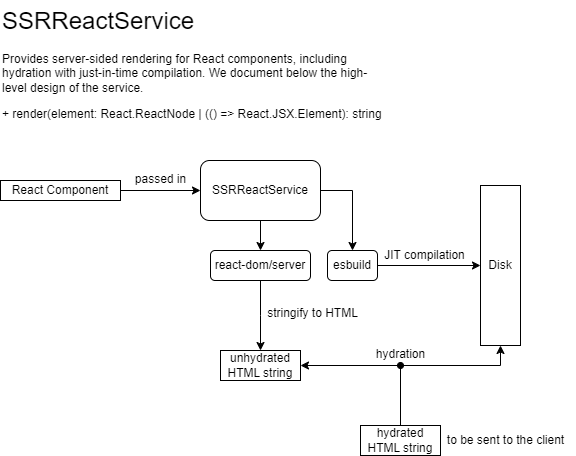
Above: diagrams/SSRReactService.drawio.png in comanlab/odin-design-diagrams (draw.io), before the change. Source tidied: cells renumbered, new cells last; positions are measured from the earlier drawing's top-left corner, leaving out a move shared by most shapes.
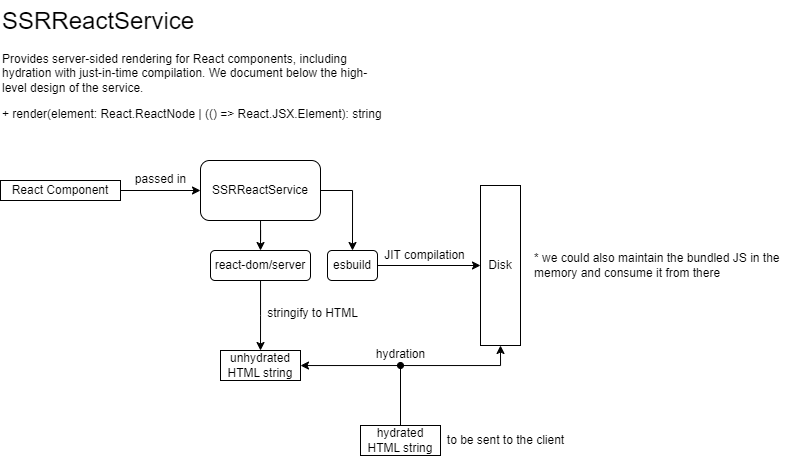
After the commit.

Change to the diagram source:
```diff
@@ -67,5 +67,8 @@
     <mxCell id="21" value="to be sent to the client" style="text;html=1;align=center;verticalAlign=middle;strokeColor=none;fillColor=none;" parent="1" vertex="1">
       <mxGeometry x="435" y="425" width="140" height="30" as="geometry" />
     </mxCell>
+    <mxCell id="22" value="* we could also maintain the bundled JS in the&lt;div&gt;memory and consume it from there&lt;/div&gt;" style="text;html=1;align=left;verticalAlign=middle;strokeColor=none;fillColor=none;" parent="1" vertex="1">
+      <mxGeometry x="532" y="245" width="270" height="40" as="geometry" />
+    </mxCell>
   </root>
 </mxGraphModel>
```
